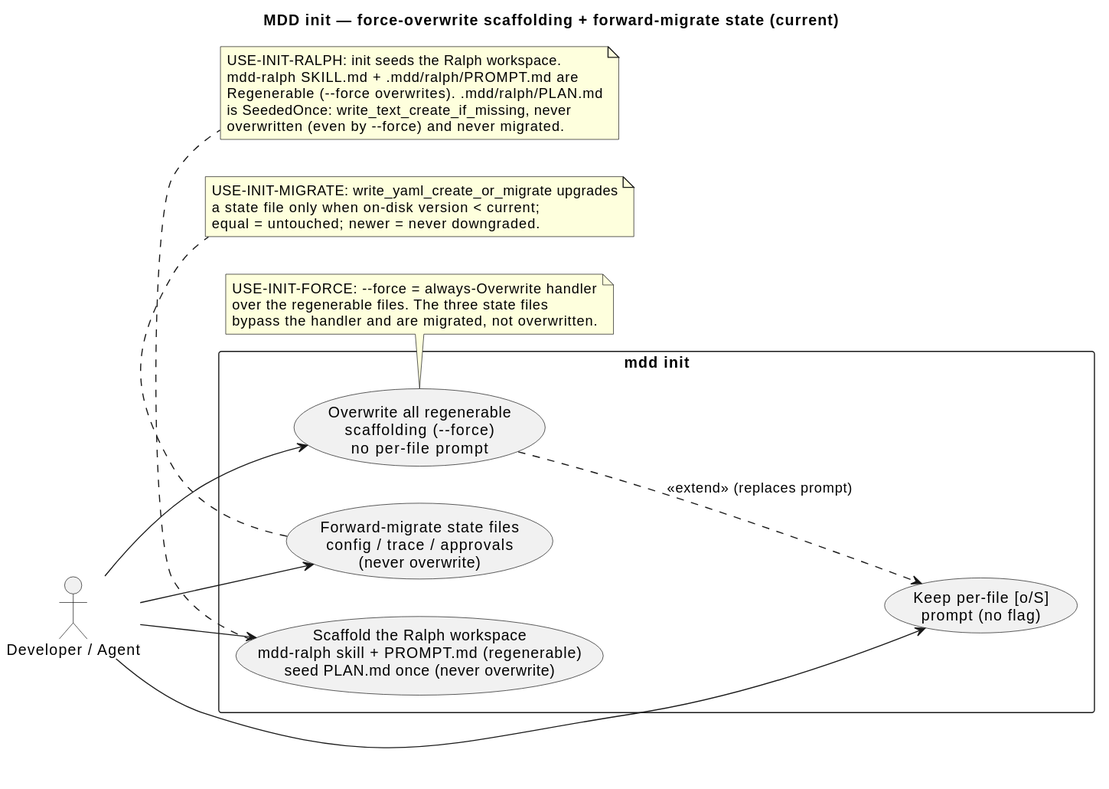
The PlantUML diagram .mdd/rendered/map/use-cases/init-scaffold.svg in cthadeufaria/model-driven-development, before a commit. Source of this version:
```plantuml
@startuml
title MDD init — force-overwrite scaffolding + forward-migrate state (current)

left to right direction

actor "Developer / Agent" as Dev

rectangle "mdd init" {
  usecase "Overwrite all regenerable\nscaffolding (--force)\nno per-file prompt" as Force
  usecase "Keep per-file [o/S]\nprompt (no flag)" as Prompt
  usecase "Forward-migrate state files\nconfig / trace / approvals\n(never overwrite)" as Migrate
  usecase "Scaffold the Ralph workspace\nmdd-ralph skill + PROMPT.md (regenerable)\nseed PLAN.md once (never overwrite)" as Ralph
}

Dev --> Force
Dev --> Prompt
Dev --> Migrate
Dev --> Ralph

Force ..> Prompt : <<extend>> (replaces prompt)

note bottom of Force
  USE-INIT-FORCE: --force = always-Overwrite handler
  over the regenerable files. The three state files
  bypass the handler and are migrated, not overwritten.
end note

note bottom of Migrate
  USE-INIT-MIGRATE: write_yaml_create_or_migrate upgrades
  a state file only when on-disk version < current;
  equal = untouched; newer = never downgraded.
end note

note bottom of Ralph
  USE-INIT-RALPH: init seeds the Ralph workspace.
  mdd-ralph SKILL.md + .mdd/ralph/PROMPT.md are
  Regenerable (--force overwrites). .mdd/ralph/PLAN.md
  is SeededOnce: write_text_create_if_missing, never
  overwritten (even by --force) and never migrated.
end note
@enduml
```
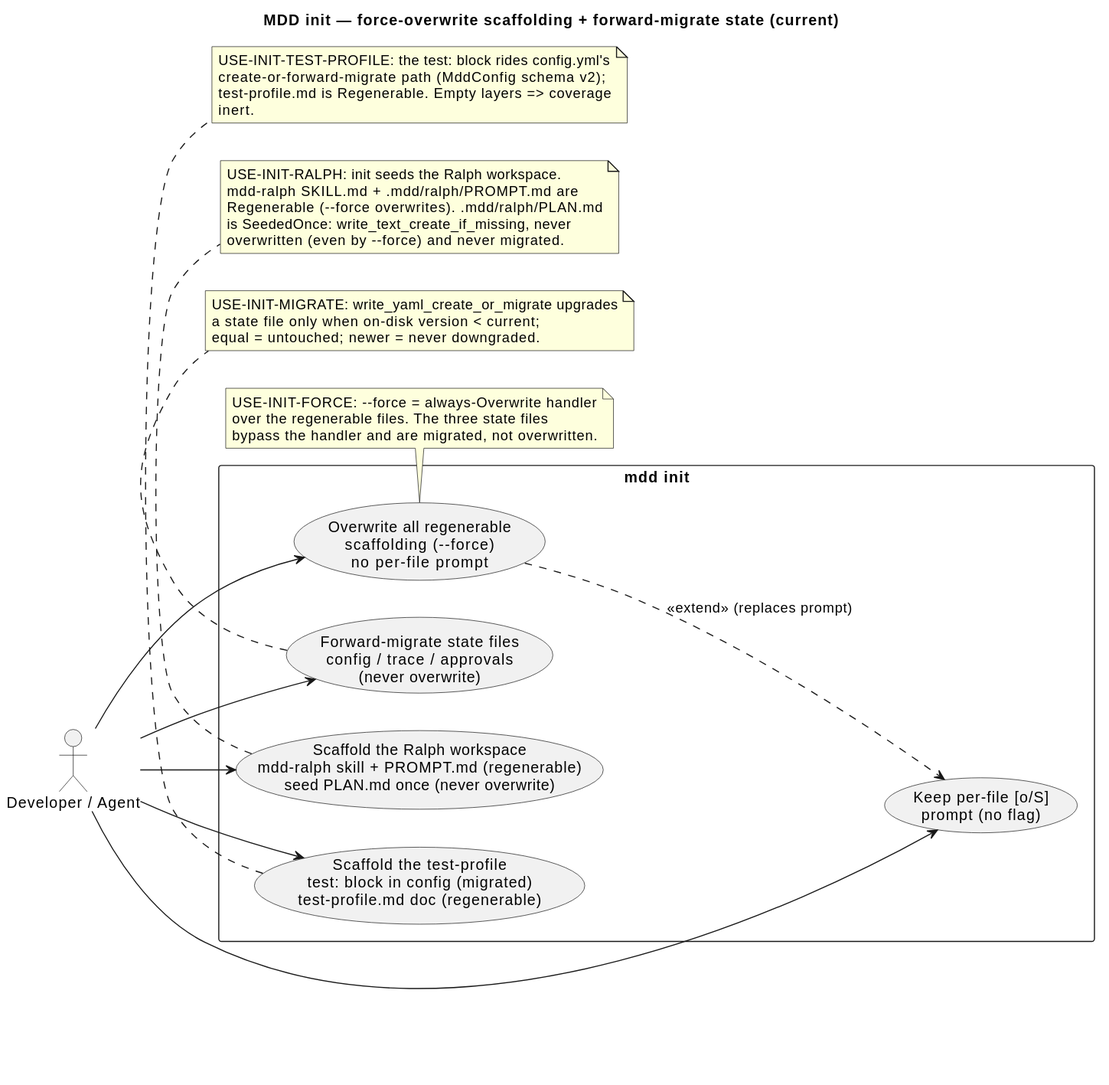
After the change.

Diff of the diagram source:
```diff
@@ -10,12 +10,14 @@
   usecase "Keep per-file [o/S]\nprompt (no flag)" as Prompt
   usecase "Forward-migrate state files\nconfig / trace / approvals\n(never overwrite)" as Migrate
   usecase "Scaffold the Ralph workspace\nmdd-ralph skill + PROMPT.md (regenerable)\nseed PLAN.md once (never overwrite)" as Ralph
+  usecase "Scaffold the test-profile\ntest: block in config (migrated)\ntest-profile.md doc (regenerable)" as TestProfile
 }
 
 Dev --> Force
 Dev --> Prompt
 Dev --> Migrate
 Dev --> Ralph
+Dev --> TestProfile
 
 Force ..> Prompt : <<extend>> (replaces prompt)
 
@@ -38,4 +40,11 @@
   is SeededOnce: write_text_create_if_missing, never
   overwritten (even by --force) and never migrated.
 end note
+
+note bottom of TestProfile
+  USE-INIT-TEST-PROFILE: the test: block rides config.yml's
+  create-or-forward-migrate path (MddConfig schema v2);
+  test-profile.md is Regenerable. Empty layers => coverage
+  inert.
+end note
 @enduml
```
